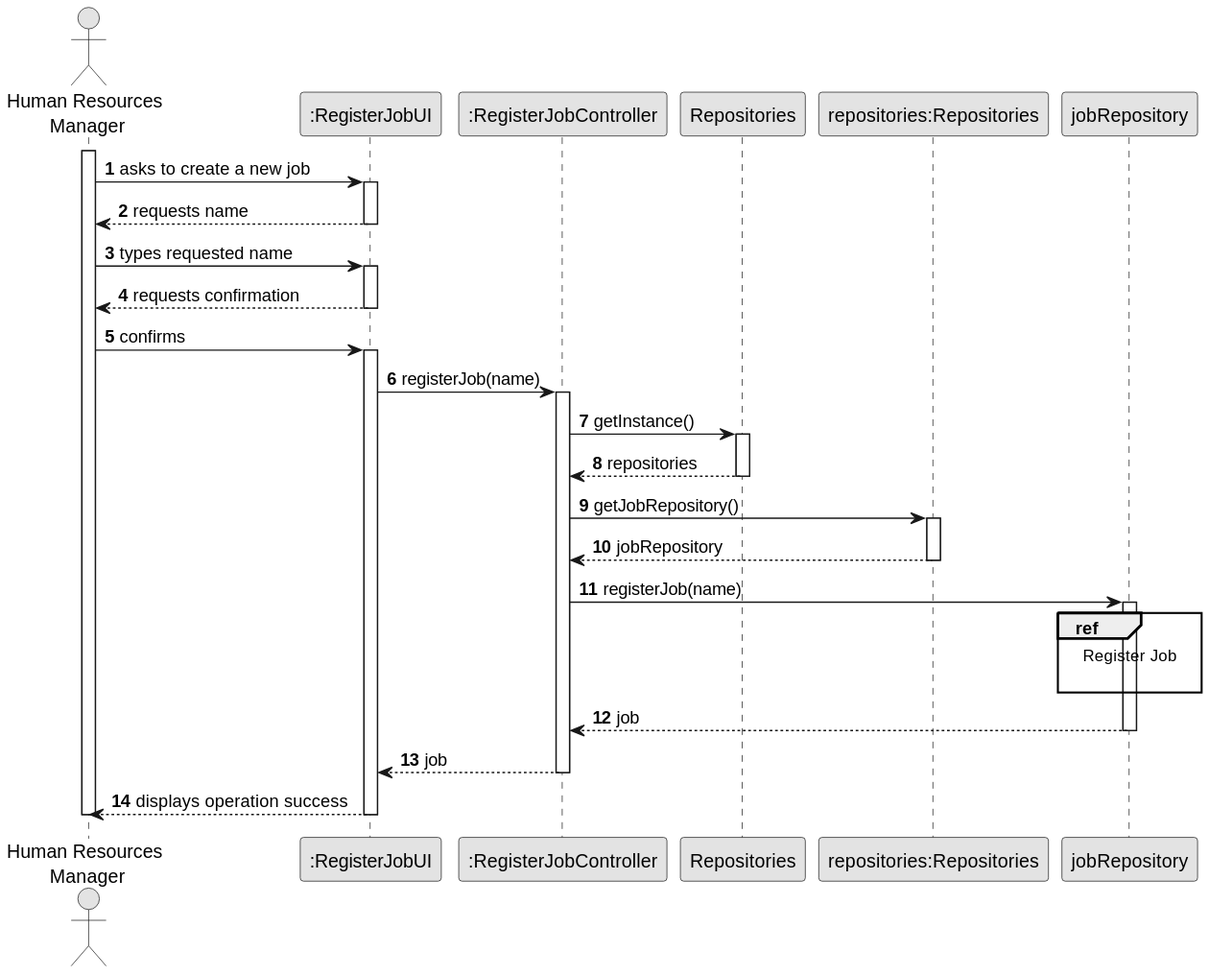
Earlier version of the PlantUML export docs/sprintB/us002/03.design/svg/us002-sequence-diagram-split.svg (diogoveirospro/lei-24-s2-1dg-g072).
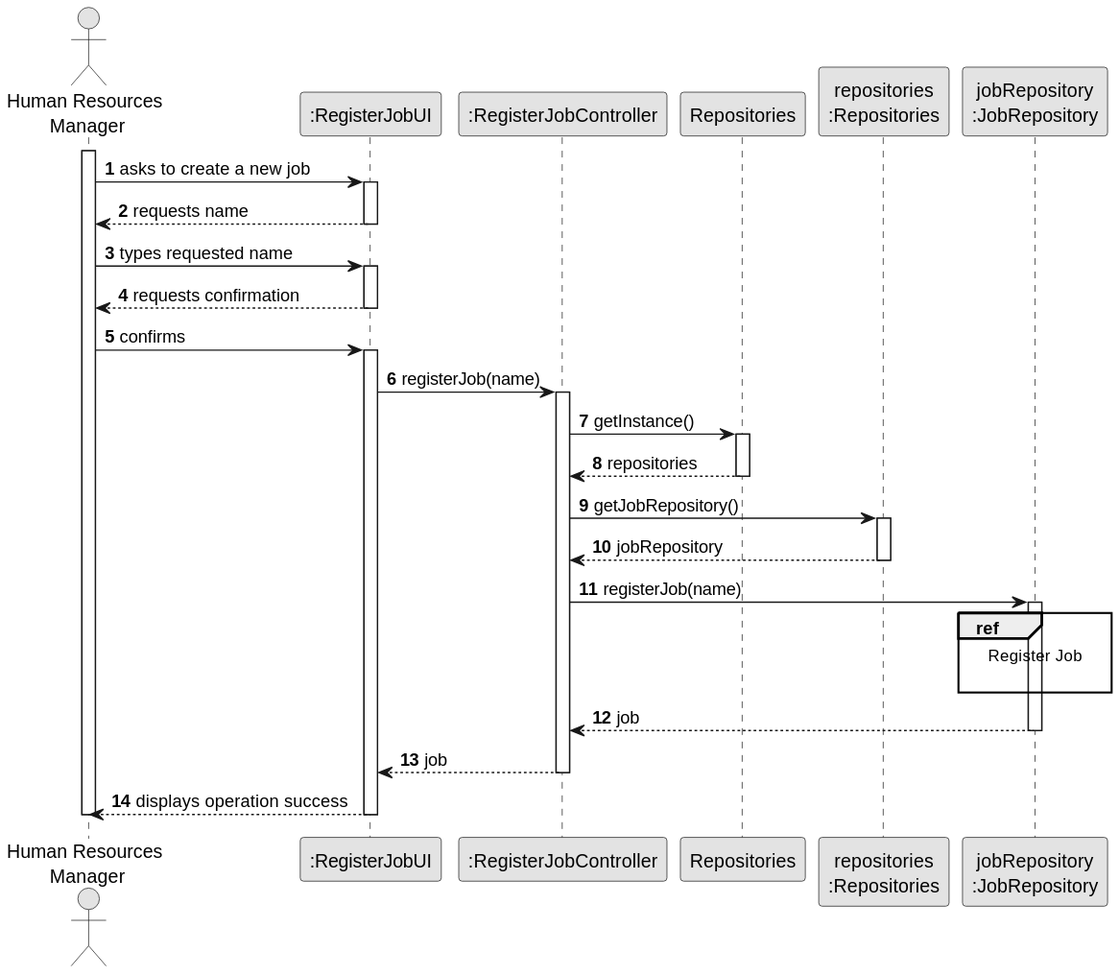
After the change.

The edit, as a diff of the source:
```diff
@@ -9,8 +9,8 @@
 participant ":RegisterJobUI" as UI
 participant ":RegisterJobController" as CTRL
 participant Repositories
-participant "repositories:Repositories" as REP
-participant "jobRepository" as JOBREP
+participant "repositories\n:Repositories" as REP
+participant "jobRepository\n:JobRepository" as JOBREP
 
 activate HRM
 
```
